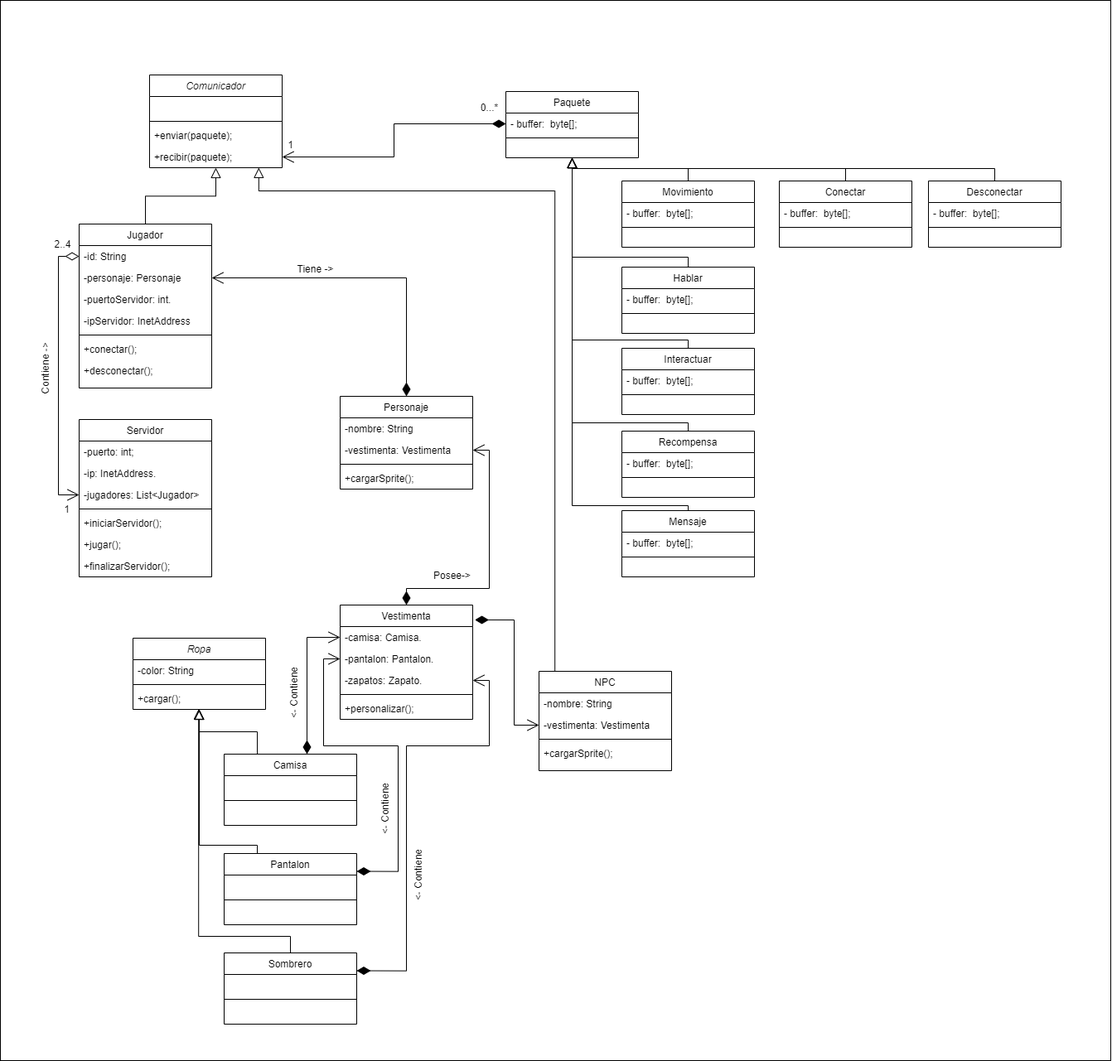
The draw.io diagram Diagrama del multijugador/Diagrama de clases.png in Carlos19men/EcoCrossing, before a commit. Source tidied: cells renumbered, new cells last; positions are measured from the earlier drawing's top-left corner, leaving out a move shared by most shapes.
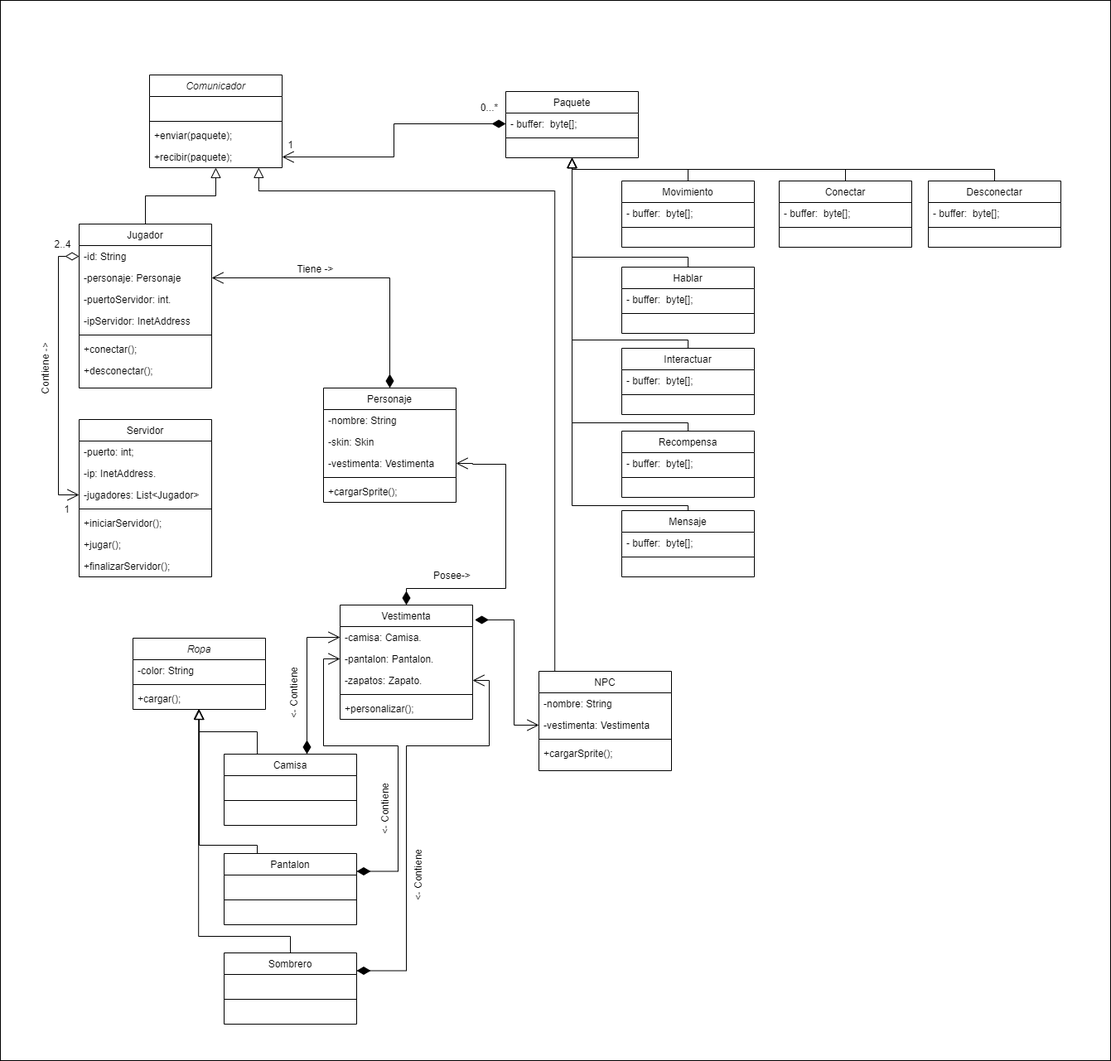
The same diagram one commit later.

Commit message:
Clase: agregue shink a la clase personaje (diagrama)

Diff of the diagram source:
```diff
@@ -2,6 +2,9 @@
   <root>
     <mxCell id="0" />
     <mxCell id="1" parent="0" />
+    <mxCell id="109" style="rounded=0;whiteSpace=wrap;html=1;strokeColor=#000000;fillColor=none;" parent="1" vertex="1">
+      <mxGeometry width="1340" height="1280" as="geometry" />
+    </mxCell>
     <mxCell id="2" value="Comunicador" style="swimlane;fontStyle=2;align=center;verticalAlign=top;horizontal=1;startSize=26;rounded=0;shadow=0;strokeWidth=1;" parent="1" vertex="1">
       <mxGeometry x="180" y="90" width="160" height="112" as="geometry" />
     </mxCell>
@@ -81,19 +84,22 @@
       <mxGeometry x="-1" y="3" relative="1" as="geometry" />
     </mxCell>
     <mxCell id="28" value="Personaje" style="swimlane;fontStyle=0;align=center;verticalAlign=top;horizontal=1;startSize=26;rounded=0;shadow=0;strokeWidth=1;" parent="1" vertex="1">
-      <mxGeometry x="410" y="478" width="160" height="112" as="geometry" />
+      <mxGeometry x="390" y="468" width="160" height="138" as="geometry" />
     </mxCell>
     <mxCell id="29" value="-nombre: String" style="text;align=left;verticalAlign=top;spacingLeft=4;spacingRight=4;overflow=hidden;" parent="28" vertex="1">
       <mxGeometry y="26" width="160" height="26" as="geometry" />
     </mxCell>
+    <mxCell id="110" value="-skin: Skin" style="text;align=left;verticalAlign=top;spacingLeft=4;spacingRight=4;overflow=hidden;" parent="28" vertex="1">
+      <mxGeometry y="52" width="160" height="26" as="geometry" />
+    </mxCell>
     <mxCell id="30" value="-vestimenta: Vestimenta" style="text;align=left;verticalAlign=top;spacingLeft=4;spacingRight=4;overflow=hidden;points=[[0,0.5],[1,0.5]];portConstraint=eastwest;" parent="28" vertex="1">
-      <mxGeometry y="52" width="160" height="26" as="geometry" />
+      <mxGeometry y="78" width="160" height="26" as="geometry" />
     </mxCell>
     <mxCell id="31" style="line;html=1;strokeWidth=1;align=left;verticalAlign=middle;spacingTop=-1;spacingLeft=3;spacingRight=3;labelPosition=right;" parent="28" vertex="1">
-      <mxGeometry y="78" width="160" height="8" as="geometry" />
+      <mxGeometry y="104" width="160" height="8" as="geometry" />
     </mxCell>
     <mxCell id="32" value="+cargarSprite(); " style="text;align=left;verticalAlign=top;spacingLeft=4;spacingRight=4;overflow=hidden;" parent="28" vertex="1">
-      <mxGeometry y="86" width="160" height="26" as="geometry" />
+      <mxGeometry y="112" width="160" height="26" as="geometry" />
     </mxCell>
     <mxCell id="33" value="Vestimenta" style="swimlane;fontStyle=0;align=center;verticalAlign=top;horizontal=1;startSize=26;rounded=0;shadow=0;strokeWidth=1;" parent="1" vertex="1">
       <mxGeometry x="410" y="730" width="160" height="138" as="geometry" />
@@ -152,7 +158,7 @@
     <mxCell id="51" style="endArrow=open;html=1;endSize=12;startArrow=diamondThin;startSize=14;startFill=1;edgeStyle=orthogonalEdgeStyle;align=left;verticalAlign=bottom;rounded=0;exitX=0.5;exitY=0;exitDx=0;exitDy=0;entryX=1;entryY=0.5;entryDx=0;entryDy=0;" parent="1" edge="1" source="28" target="18">
       <mxGeometry x="-1" y="3" relative="1" as="geometry">
         <Array as="points">
-          <mxPoint x="490" y="335" />
+          <mxPoint x="470" y="335" />
         </Array>
       </mxGeometry>
     </mxCell>
@@ -160,8 +166,9 @@
       <mxGeometry x="-1" y="3" relative="1" as="geometry">
         <Array as="points">
           <mxPoint x="490" y="710" />
-          <mxPoint x="590" y="710" />
-          <mxPoint x="590" y="543" />
+          <mxPoint x="610" y="710" />
+          <mxPoint x="610" y="560" />
+          <mxPoint x="570" y="560" />
         </Array>
       </mxGeometry>
     </mxCell>
@@ -397,8 +404,5 @@
     <mxCell id="108" value="Contiene -&amp;gt;" style="text;html=1;align=center;verticalAlign=middle;strokeColor=none;fillColor=none;rotation=-90;" parent="1" vertex="1">
       <mxGeometry x="10" y="430" width="90" height="30" as="geometry" />
     </mxCell>
-    <mxCell id="109" style="rounded=0;whiteSpace=wrap;html=1;strokeColor=#000000;fillColor=none;" parent="1" vertex="1">
-      <mxGeometry width="1340" height="1280" as="geometry" />
-    </mxCell>
   </root>
 </mxGraphModel>
```
